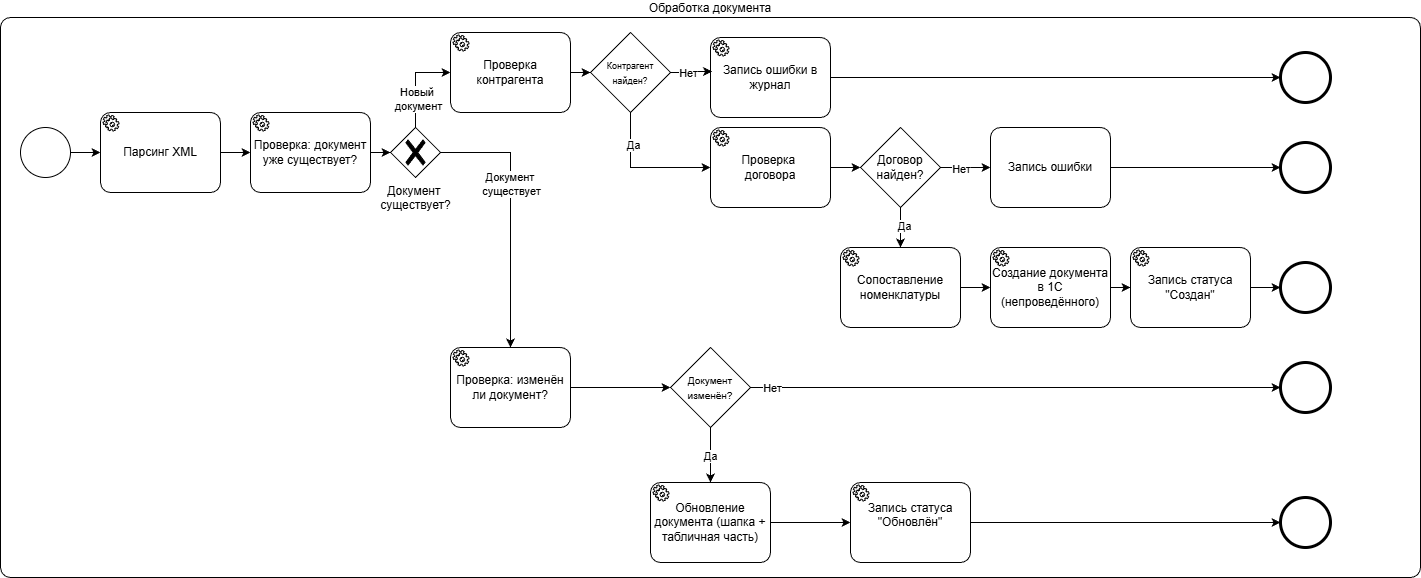
j112nsk/tw-portfolio keeps this draw.io diagram as diagrams/Saby_to_1C_Robot_BPMN_1.png. Above is the earlier version. Source tidied: cells renumbered, new cells last; positions are measured from the earlier drawing's top-left corner, leaving out a move shared by most shapes.
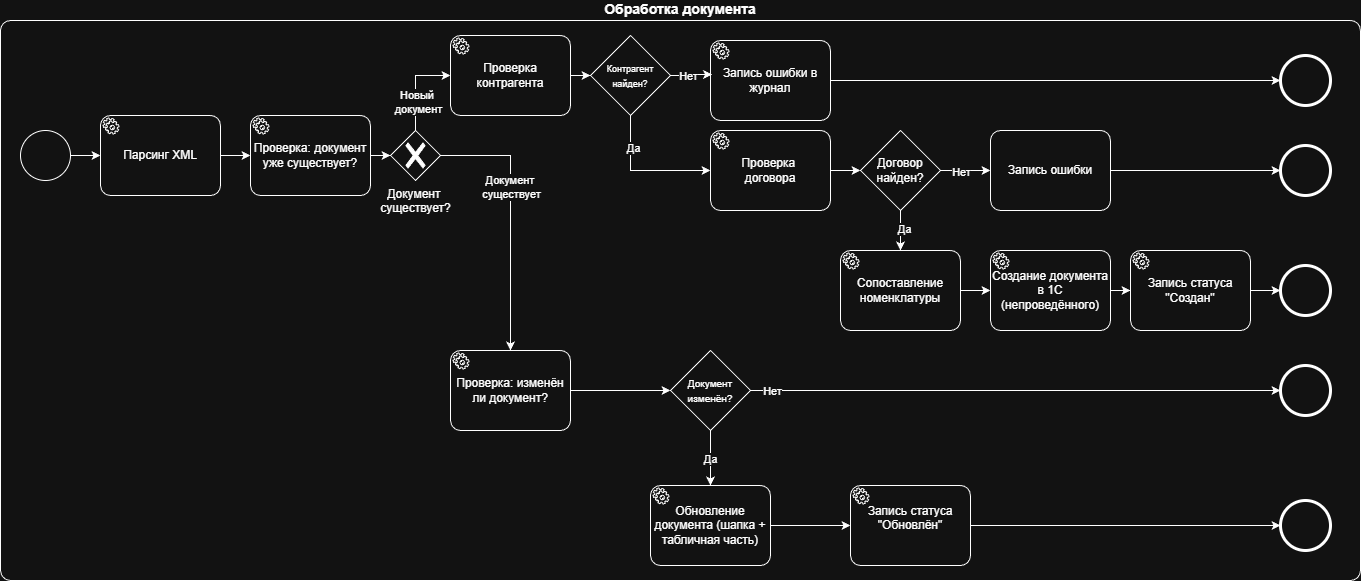
Above is the later version.

Commit message:
Добавил диаграммы

What changed in the source:
```diff
@@ -2,12 +2,12 @@
   <root>
     <mxCell id="0" />
     <mxCell id="1" parent="0" />
-    <mxCell id="2" value="Обработка документа" style="shape=mxgraph.bpmn.task2;whiteSpace=wrap;rectStyle=rounded;size=10;html=1;taskMarker=abstract;labelPosition=center;verticalLabelPosition=top;align=center;verticalAlign=bottom;" parent="1" vertex="1">
-      <mxGeometry width="1420" height="560" as="geometry" />
+    <mxCell id="2" value="&lt;font style=&quot;font-size: 14px;&quot;&gt;&lt;b&gt;Обработка документа&lt;/b&gt;&lt;/font&gt;" style="shape=mxgraph.bpmn.task2;whiteSpace=wrap;rectStyle=rounded;size=10;html=1;taskMarker=abstract;labelPosition=center;verticalLabelPosition=top;align=center;verticalAlign=bottom;" parent="1" vertex="1">
+      <mxGeometry width="1360" height="560" as="geometry" />
     </mxCell>
-    <mxCell id="3" style="points=[[0.145,0.145,0],[0.5,0,0],[0.855,0.145,0],[1,0.5,0],[0.855,0.855,0],[0.5,1,0],[0.145,0.855,0],[0,0.5,0]];shape=mxgraph.bpmn.event;html=1;verticalLabelPosition=bottom;labelBackgroundColor=#ffffff;verticalAlign=top;align=center;perimeter=ellipsePerimeter;outlineConnect=0;outline=standard;symbol=general;" parent="1" vertex="1">
-      <mxGeometry x="20" y="110" width="50" height="50" as="geometry" />
-    </mxCell>
+    <mxCell id="54" style="points=[[0.145,0.145,0],[0.5,0,0],[0.855,0.145,0],[1,0.5,0],[0.855,0.855,0],[0.5,1,0],[0.145,0.855,0],[0,0.5,0]];shape=mxgraph.bpmn.event;html=1;verticalLabelPosition=bottom;labelBackgroundColor=#ffffff;verticalAlign=top;align=center;perimeter=ellipsePerimeter;outlineConnect=0;outline=standard;symbol=general;" parent="1" vertex="1">
+      <mxGeometry x="20" y="110" width="50" height="50" as="geometry" />
+    </mxCell>
     <mxCell id="4" value="Парсинг XML" style="points=[[0.25,0,0],[0.5,0,0],[0.75,0,0],[1,0.25,0],[1,0.5,0],[1,0.75,0],[0.75,1,0],[0.5,1,0],[0.25,1,0],[0,0.75,0],[0,0.5,0],[0,0.25,0]];shape=mxgraph.bpmn.task2;whiteSpace=wrap;rectStyle=rounded;size=10;html=1;taskMarker=service;" parent="1" vertex="1">
       <mxGeometry x="100" y="95" width="120" height="80" as="geometry" />
     </mxCell>
@@ -17,9 +17,9 @@
     <mxCell id="6" value="Проверка: документ уже существует?" style="points=[[0.25,0,0],[0.5,0,0],[0.75,0,0],[1,0.25,0],[1,0.5,0],[1,0.75,0],[0.75,1,0],[0.5,1,0],[0.25,1,0],[0,0.75,0],[0,0.5,0],[0,0.25,0]];shape=mxgraph.bpmn.task2;whiteSpace=wrap;rectStyle=rounded;size=10;html=1;taskMarker=service;" parent="1" vertex="1">
       <mxGeometry x="250" y="95" width="120" height="80" as="geometry" />
     </mxCell>
-    <mxCell id="7" style="edgeStyle=orthogonalEdgeStyle;rounded=0;jettySize=auto;html=1;entryX=0;entryY=0.5;entryDx=0;entryDy=0;entryPerimeter=0;" parent="1" edge="1" source="3" target="4">
-      <mxGeometry relative="1" as="geometry" />
-    </mxCell>
+    <mxCell id="55" style="edgeStyle=orthogonalEdgeStyle;rounded=0;jettySize=auto;html=1;entryX=0;entryY=0.5;entryDx=0;entryDy=0;entryPerimeter=0;" parent="1" edge="1" source="54" target="4">
+      <mxGeometry relative="1" as="geometry" />
+    </mxCell>
     <mxCell id="8" style="edgeStyle=orthogonalEdgeStyle;rounded=0;jettySize=auto;html=1;entryX=0;entryY=0.5;entryDx=0;entryDy=0;entryPerimeter=0;" parent="1" edge="1" source="4" target="6">
       <mxGeometry relative="1" as="geometry" />
     </mxCell>
@@ -41,21 +41,21 @@
     <mxCell id="14" value="&lt;font style=&quot;font-size: 9px;&quot;&gt;Контрагент найден?&lt;/font&gt;" style="rhombus;whiteSpace=wrap;html=1;" parent="1" vertex="1">
       <mxGeometry x="590" y="15" width="80" height="80" as="geometry" />
     </mxCell>
-    <mxCell id="15" style="edgeStyle=orthogonalEdgeStyle;rounded=0;jettySize=auto;html=1;" parent="1" edge="1" source="16" target="17">
-      <mxGeometry relative="1" as="geometry" />
-    </mxCell>
+    <mxCell id="56" style="edgeStyle=orthogonalEdgeStyle;rounded=0;jettySize=auto;html=1;" parent="1" edge="1" source="16" target="57">
+      <mxGeometry relative="1" as="geometry" />
+    </mxCell>
     <mxCell id="16" value="Запись ошибки в журнал" style="points=[[0.25,0,0],[0.5,0,0],[0.75,0,0],[1,0.25,0],[1,0.5,0],[1,0.75,0],[0.75,1,0],[0.5,1,0],[0.25,1,0],[0,0.75,0],[0,0.5,0],[0,0.25,0]];shape=mxgraph.bpmn.task2;whiteSpace=wrap;rectStyle=rounded;size=10;html=1;taskMarker=service;" parent="1" vertex="1">
       <mxGeometry x="710" y="20" width="120" height="80" as="geometry" />
     </mxCell>
-    <mxCell id="17" style="points=[[0.145,0.145,0],[0.5,0,0],[0.855,0.145,0],[1,0.5,0],[0.855,0.855,0],[0.5,1,0],[0.145,0.855,0],[0,0.5,0]];shape=mxgraph.bpmn.event;html=1;verticalLabelPosition=bottom;labelBackgroundColor=#ffffff;verticalAlign=top;align=center;perimeter=ellipsePerimeter;outlineConnect=0;outline=end;symbol=terminate2;" parent="1" vertex="1">
-      <mxGeometry x="1280" y="35" width="50" height="50" as="geometry" />
-    </mxCell>
+    <mxCell id="57" style="points=[[0.145,0.145,0],[0.5,0,0],[0.855,0.145,0],[1,0.5,0],[0.855,0.855,0],[0.5,1,0],[0.145,0.855,0],[0,0.5,0]];shape=mxgraph.bpmn.event;html=1;verticalLabelPosition=bottom;labelBackgroundColor=#ffffff;verticalAlign=top;align=center;perimeter=ellipsePerimeter;outlineConnect=0;outline=end;symbol=terminate2;" parent="1" vertex="1">
+      <mxGeometry x="1280" y="35" width="50" height="50" as="geometry" />
+    </mxCell>
     <mxCell id="18" style="edgeStyle=orthogonalEdgeStyle;rounded=0;jettySize=auto;html=1;entryX=0.013;entryY=0.425;entryDx=0;entryDy=0;entryPerimeter=0;" parent="1" edge="1" source="14" target="16">
       <mxGeometry relative="1" as="geometry" />
     </mxCell>
-    <mxCell id="19" value="Нет" style="edgeLabel;html=1;align=center;verticalAlign=middle;" parent="18" vertex="1">
-      <mxGeometry x="-0.19" relative="1" as="geometry" />
-    </mxCell>
+    <mxCell id="58" value="Нет" style="edgeLabel;html=1;align=center;verticalAlign=middle;" parent="18" vertex="1">
+      <mxGeometry x="-0.19" relative="1" as="geometry" />
+    </mxCell>
     <mxCell id="20" style="edgeStyle=orthogonalEdgeStyle;rounded=0;jettySize=auto;html=1;" parent="1" edge="1" source="21" target="24">
       <mxGeometry relative="1" as="geometry" />
     </mxCell>
@@ -65,54 +65,54 @@
     <mxCell id="22" style="edgeStyle=orthogonalEdgeStyle;rounded=0;jettySize=auto;html=1;entryX=0;entryY=0.5;entryDx=0;entryDy=0;entryPerimeter=0;exitX=0.5;exitY=1;exitDx=0;exitDy=0;" parent="1" edge="1" source="14" target="21">
       <mxGeometry relative="1" as="geometry" />
     </mxCell>
-    <mxCell id="23" value="Да" style="edgeLabel;html=1;align=center;verticalAlign=middle;" parent="22" vertex="1">
-      <mxGeometry x="-0.53" y="2" relative="1" as="geometry" />
-    </mxCell>
+    <mxCell id="59" value="Да" style="edgeLabel;html=1;align=center;verticalAlign=middle;" parent="22" vertex="1">
+      <mxGeometry x="-0.53" y="2" relative="1" as="geometry" />
+    </mxCell>
     <mxCell id="24" value="Договор найден?" style="rhombus;whiteSpace=wrap;html=1;" parent="1" vertex="1">
       <mxGeometry x="860" y="110" width="80" height="80" as="geometry" />
     </mxCell>
-    <mxCell id="25" style="edgeStyle=orthogonalEdgeStyle;rounded=0;jettySize=auto;html=1;" parent="1" edge="1" source="26" target="27">
-      <mxGeometry relative="1" as="geometry" />
-    </mxCell>
+    <mxCell id="60" style="edgeStyle=orthogonalEdgeStyle;rounded=0;jettySize=auto;html=1;" parent="1" edge="1" source="26" target="61">
+      <mxGeometry relative="1" as="geometry" />
+    </mxCell>
     <mxCell id="26" value="Запись ошибки" style="points=[[0.25,0,0],[0.5,0,0],[0.75,0,0],[1,0.25,0],[1,0.5,0],[1,0.75,0],[0.75,1,0],[0.5,1,0],[0.25,1,0],[0,0.75,0],[0,0.5,0],[0,0.25,0]];shape=mxgraph.bpmn.task2;whiteSpace=wrap;rectStyle=rounded;size=10;html=1;taskMarker=abstract;" parent="1" vertex="1">
       <mxGeometry x="990" y="110" width="120" height="80" as="geometry" />
     </mxCell>
-    <mxCell id="27" style="points=[[0.145,0.145,0],[0.5,0,0],[0.855,0.145,0],[1,0.5,0],[0.855,0.855,0],[0.5,1,0],[0.145,0.855,0],[0,0.5,0]];shape=mxgraph.bpmn.event;html=1;verticalLabelPosition=bottom;labelBackgroundColor=#ffffff;verticalAlign=top;align=center;perimeter=ellipsePerimeter;outlineConnect=0;outline=end;symbol=terminate2;" parent="1" vertex="1">
-      <mxGeometry x="1280" y="125" width="50" height="50" as="geometry" />
-    </mxCell>
+    <mxCell id="61" style="points=[[0.145,0.145,0],[0.5,0,0],[0.855,0.145,0],[1,0.5,0],[0.855,0.855,0],[0.5,1,0],[0.145,0.855,0],[0,0.5,0]];shape=mxgraph.bpmn.event;html=1;verticalLabelPosition=bottom;labelBackgroundColor=#ffffff;verticalAlign=top;align=center;perimeter=ellipsePerimeter;outlineConnect=0;outline=end;symbol=terminate2;" parent="1" vertex="1">
+      <mxGeometry x="1280" y="125" width="50" height="50" as="geometry" />
+    </mxCell>
     <mxCell id="28" style="edgeStyle=orthogonalEdgeStyle;rounded=0;jettySize=auto;html=1;entryX=0;entryY=0.5;entryDx=0;entryDy=0;entryPerimeter=0;" parent="1" edge="1" source="24" target="26">
       <mxGeometry relative="1" as="geometry" />
     </mxCell>
-    <mxCell id="29" value="Нет" style="edgeLabel;html=1;align=center;verticalAlign=middle;" parent="28" vertex="1">
-      <mxGeometry x="-0.2" y="-1" relative="1" as="geometry" />
-    </mxCell>
+    <mxCell id="62" value="Нет" style="edgeLabel;html=1;align=center;verticalAlign=middle;" parent="28" vertex="1">
+      <mxGeometry x="-0.2" y="-1" relative="1" as="geometry" />
+    </mxCell>
     <mxCell id="30" value="Сопоставление номенклатуры" style="points=[[0.25,0,0],[0.5,0,0],[0.75,0,0],[1,0.25,0],[1,0.5,0],[1,0.75,0],[0.75,1,0],[0.5,1,0],[0.25,1,0],[0,0.75,0],[0,0.5,0],[0,0.25,0]];shape=mxgraph.bpmn.task2;whiteSpace=wrap;rectStyle=rounded;size=10;html=1;taskMarker=service;" parent="1" vertex="1">
       <mxGeometry x="840" y="230" width="120" height="80" as="geometry" />
     </mxCell>
     <mxCell id="31" style="edgeStyle=orthogonalEdgeStyle;rounded=0;jettySize=auto;html=1;entryX=0.5;entryY=0;entryDx=0;entryDy=0;entryPerimeter=0;" parent="1" edge="1" source="24" target="30">
       <mxGeometry relative="1" as="geometry" />
     </mxCell>
-    <mxCell id="32" value="Да" style="edgeLabel;html=1;align=center;verticalAlign=middle;" parent="31" vertex="1">
-      <mxGeometry x="-0.11" y="3" relative="1" as="geometry" />
-    </mxCell>
+    <mxCell id="63" value="Да" style="edgeLabel;html=1;align=center;verticalAlign=middle;" parent="31" vertex="1">
+      <mxGeometry x="-0.11" y="3" relative="1" as="geometry" />
+    </mxCell>
     <mxCell id="33" value="Создание документа в 1С (непроведённого)" style="points=[[0.25,0,0],[0.5,0,0],[0.75,0,0],[1,0.25,0],[1,0.5,0],[1,0.75,0],[0.75,1,0],[0.5,1,0],[0.25,1,0],[0,0.75,0],[0,0.5,0],[0,0.25,0]];shape=mxgraph.bpmn.task2;whiteSpace=wrap;rectStyle=rounded;size=10;html=1;taskMarker=service;" parent="1" vertex="1">
       <mxGeometry x="990" y="230" width="120" height="80" as="geometry" />
     </mxCell>
     <mxCell id="34" value="Запись статуса &quot;Создан&quot;" style="points=[[0.25,0,0],[0.5,0,0],[0.75,0,0],[1,0.25,0],[1,0.5,0],[1,0.75,0],[0.75,1,0],[0.5,1,0],[0.25,1,0],[0,0.75,0],[0,0.5,0],[0,0.25,0]];shape=mxgraph.bpmn.task2;whiteSpace=wrap;rectStyle=rounded;size=10;html=1;taskMarker=service;" parent="1" vertex="1">
       <mxGeometry x="1130" y="230" width="120" height="80" as="geometry" />
     </mxCell>
-    <mxCell id="35" style="points=[[0.145,0.145,0],[0.5,0,0],[0.855,0.145,0],[1,0.5,0],[0.855,0.855,0],[0.5,1,0],[0.145,0.855,0],[0,0.5,0]];shape=mxgraph.bpmn.event;html=1;verticalLabelPosition=bottom;labelBackgroundColor=#ffffff;verticalAlign=top;align=center;perimeter=ellipsePerimeter;outlineConnect=0;outline=end;symbol=terminate2;" parent="1" vertex="1">
-      <mxGeometry x="1280" y="245" width="50" height="50" as="geometry" />
-    </mxCell>
+    <mxCell id="64" style="points=[[0.145,0.145,0],[0.5,0,0],[0.855,0.145,0],[1,0.5,0],[0.855,0.855,0],[0.5,1,0],[0.145,0.855,0],[0,0.5,0]];shape=mxgraph.bpmn.event;html=1;verticalLabelPosition=bottom;labelBackgroundColor=#ffffff;verticalAlign=top;align=center;perimeter=ellipsePerimeter;outlineConnect=0;outline=end;symbol=terminate2;" parent="1" vertex="1">
+      <mxGeometry x="1280" y="245" width="50" height="50" as="geometry" />
+    </mxCell>
     <mxCell id="36" style="edgeStyle=orthogonalEdgeStyle;rounded=0;jettySize=auto;html=1;entryX=0;entryY=0.5;entryDx=0;entryDy=0;entryPerimeter=0;" parent="1" edge="1" source="30" target="33">
       <mxGeometry relative="1" as="geometry" />
     </mxCell>
     <mxCell id="37" style="edgeStyle=orthogonalEdgeStyle;rounded=0;jettySize=auto;html=1;entryX=0;entryY=0.5;entryDx=0;entryDy=0;entryPerimeter=0;" parent="1" edge="1" source="33" target="34">
       <mxGeometry relative="1" as="geometry" />
     </mxCell>
-    <mxCell id="38" style="edgeStyle=orthogonalEdgeStyle;rounded=0;jettySize=auto;html=1;entryX=0;entryY=0.5;entryDx=0;entryDy=0;entryPerimeter=0;" parent="1" edge="1" source="34" target="35">
-      <mxGeometry relative="1" as="geometry" />
-    </mxCell>
+    <mxCell id="65" style="edgeStyle=orthogonalEdgeStyle;rounded=0;jettySize=auto;html=1;entryX=0;entryY=0.5;entryDx=0;entryDy=0;entryPerimeter=0;" parent="1" edge="1" source="34" target="64">
+      <mxGeometry relative="1" as="geometry" />
+    </mxCell>
     <mxCell id="39" style="edgeStyle=orthogonalEdgeStyle;rounded=0;jettySize=auto;html=1;" parent="1" edge="1" source="40" target="43">
       <mxGeometry relative="1" as="geometry" />
     </mxCell>
@@ -130,37 +130,37 @@
     <mxCell id="43" value="&lt;font style=&quot;font-size: 10px;&quot;&gt;Документ изменён?&lt;br&gt;&lt;/font&gt;" style="rhombus;whiteSpace=wrap;html=1;" parent="1" vertex="1">
       <mxGeometry x="670" y="330" width="80" height="80" as="geometry" />
     </mxCell>
-    <mxCell id="44" style="points=[[0.145,0.145,0],[0.5,0,0],[0.855,0.145,0],[1,0.5,0],[0.855,0.855,0],[0.5,1,0],[0.145,0.855,0],[0,0.5,0]];shape=mxgraph.bpmn.event;html=1;verticalLabelPosition=bottom;labelBackgroundColor=#ffffff;verticalAlign=top;align=center;perimeter=ellipsePerimeter;outlineConnect=0;outline=end;symbol=terminate2;" parent="1" vertex="1">
-      <mxGeometry x="1280" y="345" width="50" height="50" as="geometry" />
-    </mxCell>
-    <mxCell id="45" style="edgeStyle=orthogonalEdgeStyle;rounded=0;jettySize=auto;html=1;entryX=0;entryY=0.5;entryDx=0;entryDy=0;entryPerimeter=0;" parent="1" edge="1" source="43" target="44">
-      <mxGeometry relative="1" as="geometry" />
-    </mxCell>
-    <mxCell id="46" value="Нет" style="edgeLabel;html=1;align=center;verticalAlign=middle;" parent="45" vertex="1">
-      <mxGeometry x="-0.63" y="1" relative="1" as="geometry">
-        <mxPoint x="-77" y="1" as="offset" />
-      </mxGeometry>
-    </mxCell>
+    <mxCell id="66" style="points=[[0.145,0.145,0],[0.5,0,0],[0.855,0.145,0],[1,0.5,0],[0.855,0.855,0],[0.5,1,0],[0.145,0.855,0],[0,0.5,0]];shape=mxgraph.bpmn.event;html=1;verticalLabelPosition=bottom;labelBackgroundColor=#ffffff;verticalAlign=top;align=center;perimeter=ellipsePerimeter;outlineConnect=0;outline=end;symbol=terminate2;" parent="1" vertex="1">
+      <mxGeometry x="1280" y="345" width="50" height="50" as="geometry" />
+    </mxCell>
+    <mxCell id="67" style="edgeStyle=orthogonalEdgeStyle;rounded=0;jettySize=auto;html=1;entryX=0;entryY=0.5;entryDx=0;entryDy=0;entryPerimeter=0;" parent="1" edge="1" source="43" target="66">
+      <mxGeometry relative="1" as="geometry" />
+    </mxCell>
+    <mxCell id="68" value="Нет" style="edgeLabel;html=1;align=center;verticalAlign=middle;" parent="67" vertex="1">
+      <mxGeometry x="-0.63" y="1" relative="1" as="geometry">
+        <mxPoint x="-77" y="1" as="offset" />
+      </mxGeometry>
+    </mxCell>
     <mxCell id="47" value="Обновление документа (шапка + табличная часть)" style="points=[[0.25,0,0],[0.5,0,0],[0.75,0,0],[1,0.25,0],[1,0.5,0],[1,0.75,0],[0.75,1,0],[0.5,1,0],[0.25,1,0],[0,0.75,0],[0,0.5,0],[0,0.25,0]];shape=mxgraph.bpmn.task2;whiteSpace=wrap;rectStyle=rounded;size=10;html=1;taskMarker=service;" parent="1" vertex="1">
       <mxGeometry x="650" y="465" width="120" height="80" as="geometry" />
     </mxCell>
     <mxCell id="48" style="edgeStyle=orthogonalEdgeStyle;rounded=0;jettySize=auto;html=1;entryX=0.5;entryY=0;entryDx=0;entryDy=0;entryPerimeter=0;" parent="1" edge="1" source="43" target="47">
       <mxGeometry relative="1" as="geometry" />
     </mxCell>
-    <mxCell id="49" value="Да" style="edgeLabel;html=1;align=center;verticalAlign=middle;" parent="48" vertex="1">
-      <mxGeometry x="0.03" y="-1" relative="1" as="geometry" />
-    </mxCell>
-    <mxCell id="50" style="edgeStyle=orthogonalEdgeStyle;rounded=0;jettySize=auto;html=1;" parent="1" edge="1" source="51" target="53">
-      <mxGeometry relative="1" as="geometry" />
-    </mxCell>
+    <mxCell id="69" value="Да" style="edgeLabel;html=1;align=center;verticalAlign=middle;" parent="48" vertex="1">
+      <mxGeometry x="0.03" y="-1" relative="1" as="geometry" />
+    </mxCell>
+    <mxCell id="70" style="edgeStyle=orthogonalEdgeStyle;rounded=0;jettySize=auto;html=1;" parent="1" edge="1" source="51" target="71">
+      <mxGeometry relative="1" as="geometry" />
+    </mxCell>
     <mxCell id="51" value="&#10;Запись статуса &quot;Обновлён&quot;&#10;&#10;" style="points=[[0.25,0,0],[0.5,0,0],[0.75,0,0],[1,0.25,0],[1,0.5,0],[1,0.75,0],[0.75,1,0],[0.5,1,0],[0.25,1,0],[0,0.75,0],[0,0.5,0],[0,0.25,0]];shape=mxgraph.bpmn.task2;whiteSpace=wrap;rectStyle=rounded;size=10;html=1;taskMarker=service;" parent="1" vertex="1">
       <mxGeometry x="850" y="465" width="120" height="80" as="geometry" />
     </mxCell>
     <mxCell id="52" style="edgeStyle=orthogonalEdgeStyle;rounded=0;jettySize=auto;html=1;entryX=0;entryY=0.5;entryDx=0;entryDy=0;entryPerimeter=0;" parent="1" edge="1" source="47" target="51">
       <mxGeometry relative="1" as="geometry" />
     </mxCell>
-    <mxCell id="53" style="points=[[0.145,0.145,0],[0.5,0,0],[0.855,0.145,0],[1,0.5,0],[0.855,0.855,0],[0.5,1,0],[0.145,0.855,0],[0,0.5,0]];shape=mxgraph.bpmn.event;html=1;verticalLabelPosition=bottom;labelBackgroundColor=#ffffff;verticalAlign=top;align=center;perimeter=ellipsePerimeter;outlineConnect=0;outline=end;symbol=terminate2;" parent="1" vertex="1">
-      <mxGeometry x="1280" y="480" width="50" height="50" as="geometry" />
-    </mxCell>
+    <mxCell id="71" style="points=[[0.145,0.145,0],[0.5,0,0],[0.855,0.145,0],[1,0.5,0],[0.855,0.855,0],[0.5,1,0],[0.145,0.855,0],[0,0.5,0]];shape=mxgraph.bpmn.event;html=1;verticalLabelPosition=bottom;labelBackgroundColor=#ffffff;verticalAlign=top;align=center;perimeter=ellipsePerimeter;outlineConnect=0;outline=end;symbol=terminate2;" parent="1" vertex="1">
+      <mxGeometry x="1280" y="480" width="50" height="50" as="geometry" />
+    </mxCell>
   </root>
 </mxGraphModel>
```
